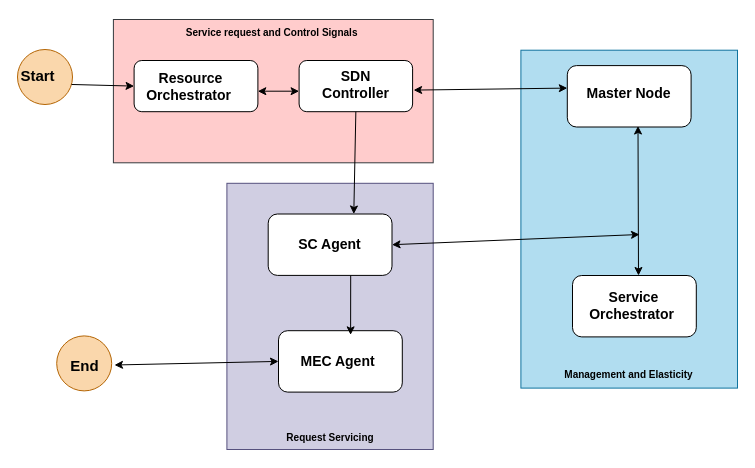
jbosco2020/hello-world keeps this draw.io diagram as Untitled Diagram.drawio. Above is the earlier version. Source tidied: cells renumbered, new cells numbered last; positions are measured from the earlier drawing's top-left corner, leaving out a move shared by most shapes. Both pictures are drawn from the tidied source at 100%, with x=0, y=0 at pixel (17, 19).
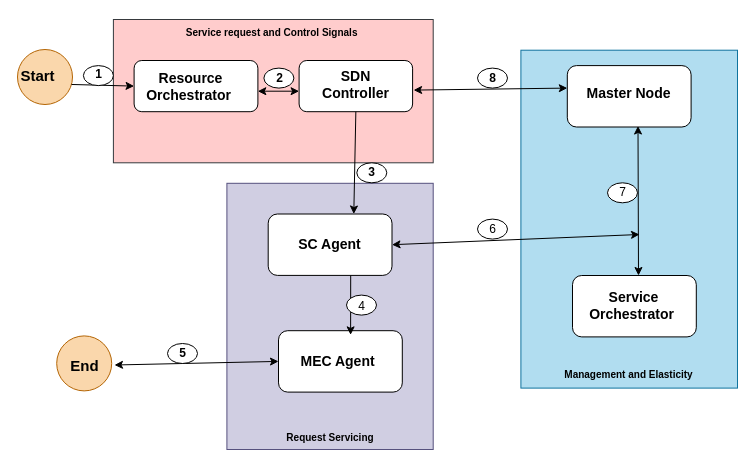
Above is the later version.

The change refers to these unchanged cells:
```xml
<mxCell id="3" style="group;" parent="1" vertex="1">
  <mxGeometry width="720" height="430" as="geometry" />
</mxCell>
```

Change to the diagram source:
```diff
@@
+    <mxCell id="33" style="ellipse;whiteSpace=wrap;html=1;" parent="3" vertex="1">
+      <mxGeometry x="65.9" y="46.1" width="30" height="20" as="geometry" />
+    </mxCell>
+    <mxCell id="34" style="ellipse;whiteSpace=wrap;html=1;" parent="3" vertex="1">
+      <mxGeometry x="150" y="324" width="30" height="20" as="geometry" />
+    </mxCell>
+    <mxCell id="35" style="edgeStyle=orthogonalEdgeStyle;rounded=0;orthogonalLoop=1;jettySize=auto;html=1;exitX=0.5;exitY=1;exitDx=0;exitDy=0;" parent="3" edge="1" source="33" target="33">
+      <mxGeometry relative="1" as="geometry" />
+    </mxCell>
+    <mxCell id="36" style="ellipse;whiteSpace=wrap;html=1;" parent="3" vertex="1">
+      <mxGeometry x="246.4" y="48.6" width="30" height="20" as="geometry" />
+    </mxCell>
+    <mxCell id="37" style="ellipse;whiteSpace=wrap;html=1;" parent="3" vertex="1">
+      <mxGeometry x="339.3" y="143.3" width="30" height="20" as="geometry" />
+    </mxCell>
+    <mxCell id="38" style="ellipse;whiteSpace=wrap;html=1;" parent="3" vertex="1">
+      <mxGeometry x="329" y="275.6" width="30" height="20" as="geometry" />
+    </mxCell>
+    <mxCell id="39" style="ellipse;whiteSpace=wrap;html=1;" parent="3" vertex="1">
+      <mxGeometry x="460" y="199.6" width="30" height="20" as="geometry" />
+    </mxCell>
+    <mxCell id="40" style="ellipse;whiteSpace=wrap;html=1;" parent="3" vertex="1">
+      <mxGeometry x="460" y="48.6" width="30" height="20" as="geometry" />
+    </mxCell>
+    <mxCell id="41" style="ellipse;whiteSpace=wrap;html=1;" parent="3" vertex="1">
+      <mxGeometry x="590" y="163.3" width="30" height="20" as="geometry" />
+    </mxCell>
+    <mxCell id="42" value="&lt;b&gt;1&lt;/b&gt;" style="text;html=1;align=center;verticalAlign=middle;" parent="3" vertex="1">
+      <mxGeometry x="70.9" y="45" width="20" height="20" as="geometry" />
+    </mxCell>
+    <mxCell id="43" value="&lt;b&gt;5&lt;/b&gt;" style="text;html=1;align=center;verticalAlign=middle;" parent="3" vertex="1">
+      <mxGeometry x="155" y="324" width="20" height="20" as="geometry" />
+    </mxCell>
+    <mxCell id="44" value="&lt;b&gt;2&lt;/b&gt;" style="text;html=1;align=center;verticalAlign=middle;" parent="3" vertex="1">
+      <mxGeometry x="251.6" y="48.6" width="20" height="20" as="geometry" />
+    </mxCell>
+    <mxCell id="45" value="&lt;b&gt;8&lt;/b&gt;" style="text;html=1;align=center;verticalAlign=middle;" parent="3" vertex="1">
+      <mxGeometry x="465" y="48.6" width="20" height="20" as="geometry" />
+    </mxCell>
+    <mxCell id="46" value="&lt;b&gt;3&lt;/b&gt;" style="text;html=1;align=center;verticalAlign=middle;" parent="3" vertex="1">
+      <mxGeometry x="344.3" y="143.3" width="20" height="20" as="geometry" />
+    </mxCell>
+    <mxCell id="47" value="4" style="text;html=1;align=center;verticalAlign=middle;" parent="3" vertex="1">
+      <mxGeometry x="334" y="276.7" width="20" height="20" as="geometry" />
+    </mxCell>
+    <mxCell id="48" value="6" style="text;html=1;align=center;verticalAlign=middle;" parent="3" vertex="1">
+      <mxGeometry x="465" y="199.6" width="20" height="20" as="geometry" />
+    </mxCell>
+    <mxCell id="49" value="7" style="text;html=1;align=center;verticalAlign=middle;" parent="3" vertex="1">
+      <mxGeometry x="595" y="163.3" width="20" height="20" as="geometry" />
+    </mxCell>
```
